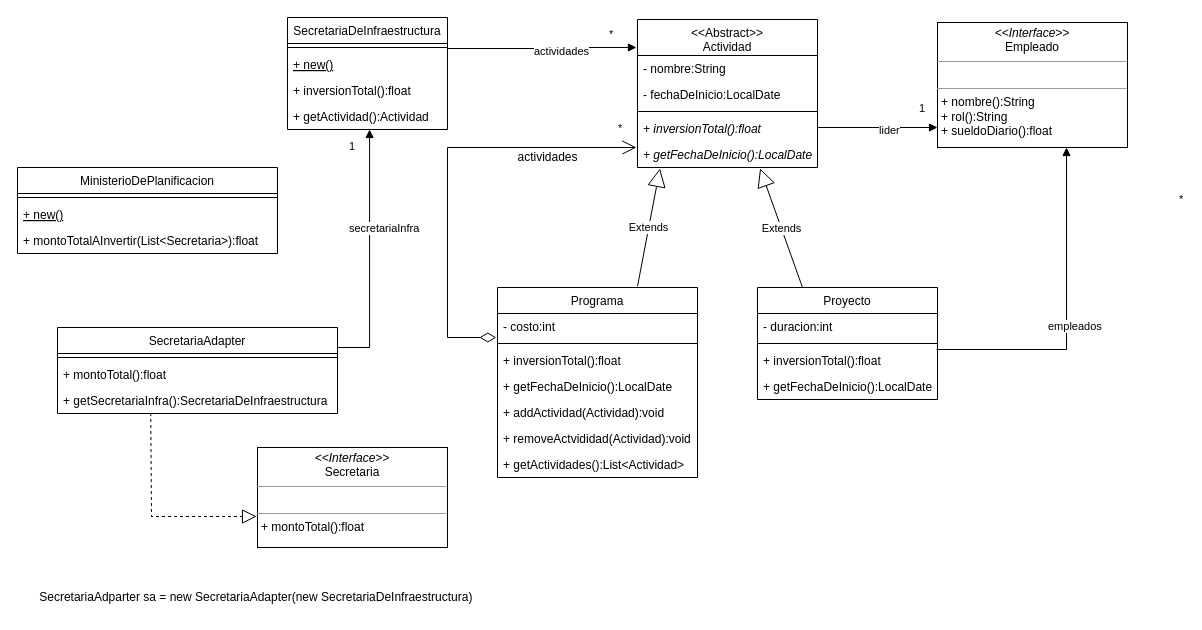
Before: unq-po2-1erParcial-2022-Secretarias.drawio in nhubczyk/Diagramas-UML, a draw.io diagram. Source tidied: cells renumbered, new cells numbered last; positions are measured from the earlier drawing's top-left corner, leaving out a move shared by most shapes. Both pictures are drawn from the tidied source at 100%, with x=0, y=0 at pixel (17, 17).
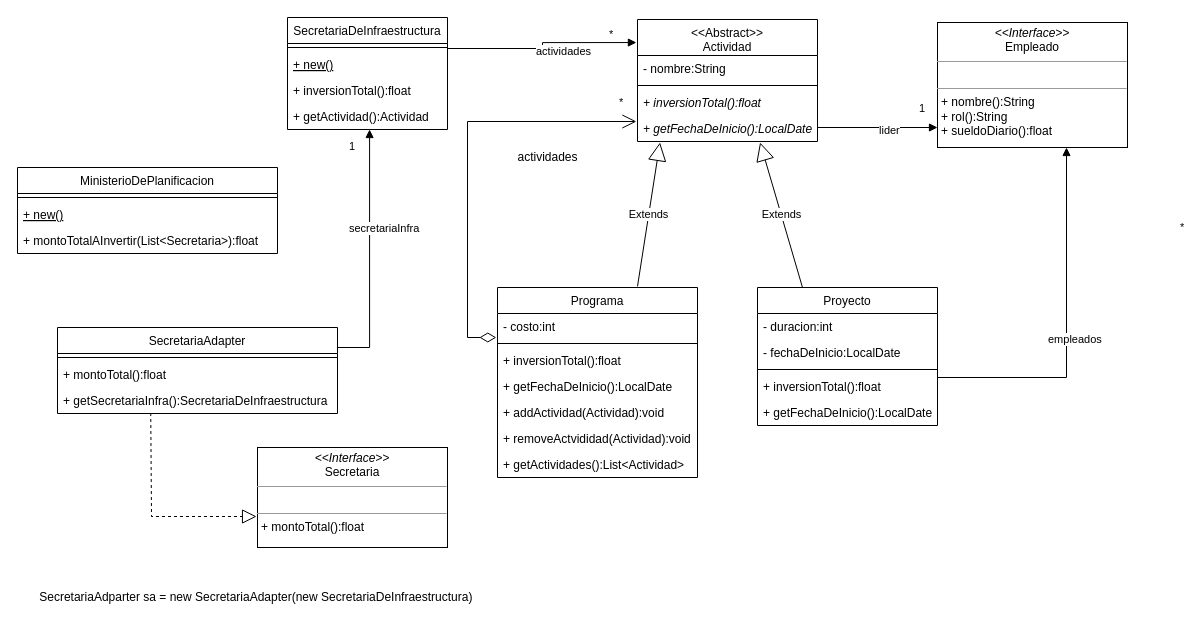
The same page after the edit.

Unchanged cells that the change refers to:
```xml
<mxCell id="7" value="&lt;p style=&quot;margin:0px;margin-top:4px;text-align:center;&quot;&gt;&lt;i&gt;&amp;lt;&amp;lt;Interface&amp;gt;&amp;gt;&lt;/i&gt;&lt;br&gt;Empleado&lt;/p&gt;&lt;hr size=&quot;1&quot;&gt;&lt;p style=&quot;margin:0px;margin-left:4px;&quot;&gt;&lt;br&gt;&lt;/p&gt;&lt;hr size=&quot;1&quot;&gt;&lt;p style=&quot;margin:0px;margin-left:4px;&quot;&gt;+ nombre():String&lt;/p&gt;&lt;p style=&quot;margin:0px;margin-left:4px;&quot;&gt;+ rol():String&lt;/p&gt;&lt;p style=&quot;margin:0px;margin-left:4px;&quot;&gt;+ sueldoDiario():float&lt;/p&gt;" style="verticalAlign=top;align=left;overflow=fill;fontSize=12;fontFamily=Helvetica;html=1;" parent="1" vertex="1">
  <mxGeometry x="920" y="5" width="190" height="125" as="geometry" />
</mxCell>
<mxCell id="11" value="- costo:int" style="text;strokeColor=none;fillColor=none;align=left;verticalAlign=top;spacingLeft=4;spacingRight=4;overflow=hidden;points=[[0,0.5],[1,0.5]];portConstraint=eastwest;" parent="10" vertex="1">
  <mxGeometry y="26" width="200" height="26" as="geometry" />
</mxCell>
```

The edit, as a diff of the source:
```diff
@@
     <mxCell id="2" value="Proyecto" style="swimlane;fontStyle=0;align=center;verticalAlign=top;horizontal=1;startSize=26;" parent="1" vertex="1">
-      <mxGeometry x="740" y="270" width="180" height="112" as="geometry" />
+      <mxGeometry x="740" y="270" width="180" height="138" as="geometry" />
     </mxCell>
@@
+    <mxCell id="20" value="- fechaDeInicio:LocalDate" style="text;strokeColor=none;fillColor=none;align=left;verticalAlign=top;spacingLeft=4;spacingRight=4;overflow=hidden;" parent="2" vertex="1">
+      <mxGeometry y="52" width="180" height="26" as="geometry" />
+    </mxCell>
     <mxCell id="4" style="line;strokeWidth=1;fillColor=none;align=left;verticalAlign=middle;spacingTop=-1;spacingLeft=3;spacingRight=3;labelPosition=right;strokeColor=inherit;" parent="2" vertex="1">
-      <mxGeometry y="52" width="180" height="8" as="geometry" />
+      <mxGeometry y="78" width="180" height="8" as="geometry" />
     </mxCell>
     <mxCell id="5" value="+ inversionTotal():float" style="text;strokeColor=none;fillColor=none;align=left;verticalAlign=top;spacingLeft=4;spacingRight=4;overflow=hidden;points=[[0,0.5],[1,0.5]];portConstraint=eastwest;" parent="2" vertex="1">
-      <mxGeometry y="60" width="180" height="26" as="geometry" />
+      <mxGeometry y="86" width="180" height="26" as="geometry" />
     </mxCell>
     <mxCell id="6" value="+ getFechaDeInicio():LocalDate" style="text;strokeColor=none;fillColor=none;align=left;verticalAlign=top;spacingLeft=4;spacingRight=4;overflow=hidden;fontStyle=0;" parent="2" vertex="1">
-      <mxGeometry y="86" width="180" height="26" as="geometry" />
+      <mxGeometry y="112" width="180" height="26" as="geometry" />
     </mxCell>
@@
-    <mxCell id="8" value="empleados" style="endArrow=block;endFill=1;html=1;edgeStyle=orthogonalEdgeStyle;align=left;verticalAlign=top;rounded=0;exitX=0.994;exitY=0.077;exitDx=0;exitDy=0;exitPerimeter=0;entryX=0.679;entryY=1;entryDx=0;entryDy=0;entryPerimeter=0;" parent="1" edge="1" source="5" target="7">
+    <mxCell id="8" value="empleados" style="endArrow=block;endFill=1;html=1;edgeStyle=orthogonalEdgeStyle;align=left;verticalAlign=top;rounded=0;entryX=0.679;entryY=1;entryDx=0;entryDy=0;entryPerimeter=0;" parent="1" edge="1" target="7">
       <mxGeometry y="20" relative="1" as="geometry">
+        <mxPoint x="920" y="360" as="sourcePoint" />
         <Array as="points">
-          <mxPoint x="1049" y="332" />
+          <mxPoint x="1049" y="360" />
         </Array>
       </mxGeometry>
     </mxCell>
@@
     <mxCell id="18" value="&lt;&lt;Abstract&gt;&gt;&#10;Actividad" style="swimlane;fontStyle=0;align=center;verticalAlign=top;horizontal=1;startSize=36;" parent="1" vertex="1">
-      <mxGeometry x="620" y="2" width="180" height="148" as="geometry" />
+      <mxGeometry x="620" y="2" width="180" height="122" as="geometry" />
     </mxCell>
@@
-    <mxCell id="20" value="- fechaDeInicio:LocalDate" style="text;strokeColor=none;fillColor=none;align=left;verticalAlign=top;spacingLeft=4;spacingRight=4;overflow=hidden;" parent="18" vertex="1">
-      <mxGeometry y="62" width="180" height="26" as="geometry" />
-    </mxCell>
     <mxCell id="21" style="line;strokeWidth=1;fillColor=none;align=left;verticalAlign=middle;spacingTop=-1;spacingLeft=3;spacingRight=3;labelPosition=right;strokeColor=inherit;" parent="18" vertex="1">
-      <mxGeometry y="88" width="180" height="8" as="geometry" />
+      <mxGeometry y="62" width="180" height="8" as="geometry" />
     </mxCell>
     <mxCell id="22" value="+ inversionTotal():float" style="text;strokeColor=none;fillColor=none;align=left;verticalAlign=top;spacingLeft=4;spacingRight=4;overflow=hidden;fontStyle=2;" parent="18" vertex="1">
-      <mxGeometry y="96" width="180" height="26" as="geometry" />
+      <mxGeometry y="70" width="180" height="26" as="geometry" />
     </mxCell>
     <mxCell id="23" value="+ getFechaDeInicio():LocalDate" style="text;strokeColor=none;fillColor=none;align=left;verticalAlign=top;spacingLeft=4;spacingRight=4;overflow=hidden;points=[[0,0.5],[1,0.5]];portConstraint=eastwest;fontStyle=2;" parent="18" vertex="1">
-      <mxGeometry y="122" width="180" height="26" as="geometry" />
+      <mxGeometry y="96" width="180" height="26" as="geometry" />
     </mxCell>
@@
     <mxCell id="26" value="*" style="endArrow=open;html=1;endSize=12;startArrow=diamondThin;startSize=14;startFill=0;edgeStyle=orthogonalEdgeStyle;align=left;verticalAlign=bottom;rounded=0;exitX=-0.006;exitY=0.923;exitDx=0;exitDy=0;exitPerimeter=0;entryX=-0.006;entryY=0.231;entryDx=0;entryDy=0;entryPerimeter=0;" parent="1" edge="1" source="11" target="23">
       <mxGeometry x="0.91" y="10" relative="1" as="geometry">
         <Array as="points">
-          <mxPoint x="430" y="320" />
-          <mxPoint x="430" y="130" />
+          <mxPoint x="450" y="320" />
+          <mxPoint x="450" y="104" />
         </Array>
       </mxGeometry>
     </mxCell>
```
